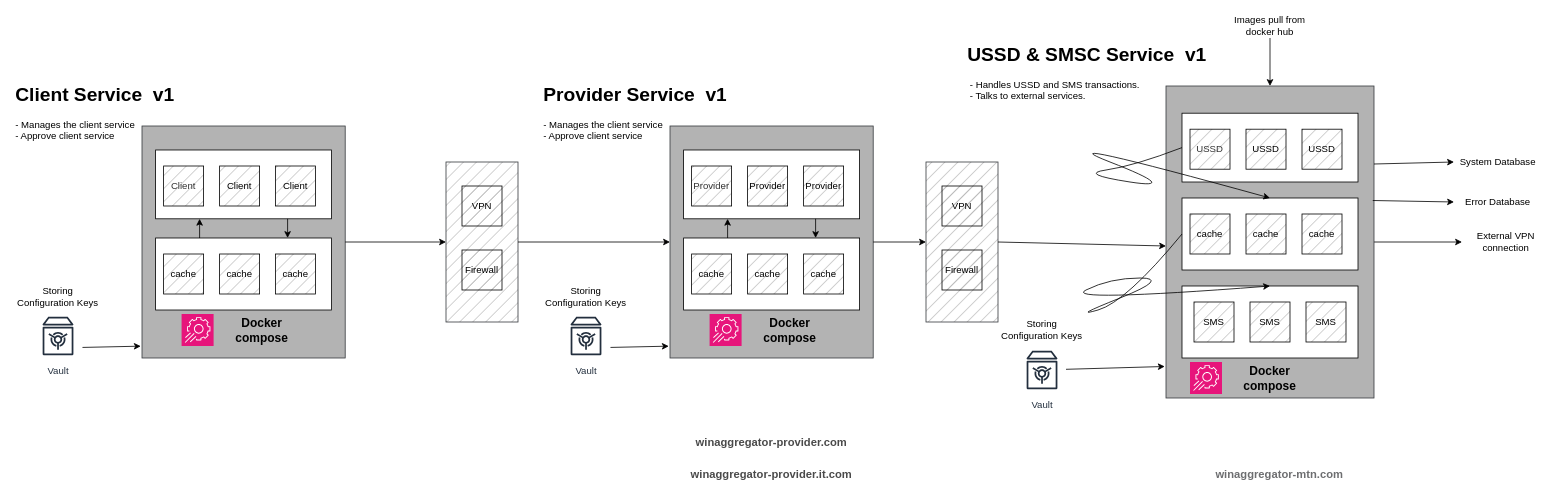
Above: VAS.drawio in brilliantnarlo/system-design (draw.io), before the change. Source tidied: cells renumbered, new cells numbered last; positions are measured from the earlier drawing's top-left corner, leaving out a move shared by most shapes. Both pictures are drawn from the tidied source at 80%, with x=0, y=0 at pixel (14, 14).
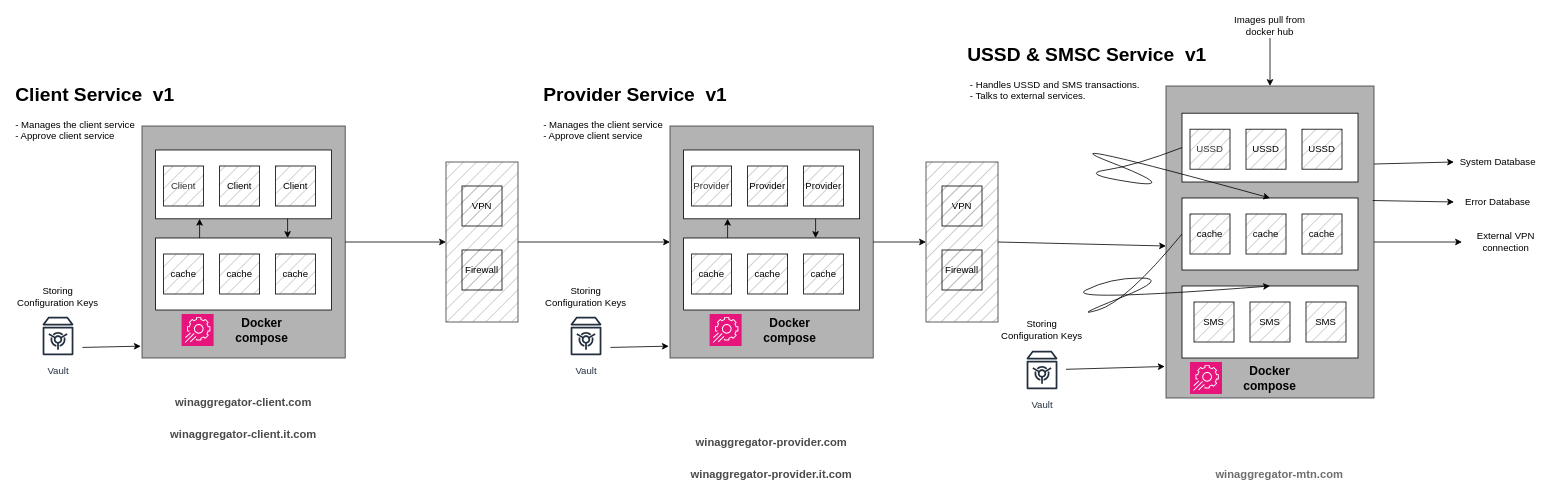
The same diagram, later.

The edit, as a diff of the source:
```diff
@@
+    <mxCell id="78" value="&lt;span style=&quot;color: rgb(74, 74, 74); font-family: &amp;quot;GB Museo Sans&amp;quot;, Arial, Helvetica, sans-serif; font-size: 14px; font-weight: 700; text-align: start; text-wrap-mode: nowrap; background-color: rgb(255, 255, 255);&quot;&gt;winaggregator-client.com&lt;/span&gt;" style="text;html=1;whiteSpace=wrap;strokeColor=none;fillColor=none;align=center;verticalAlign=middle;rounded=0;" parent="1" vertex="1">
+      <mxGeometry x="232" y="470" width="110" height="30" as="geometry" />
+    </mxCell>
+    <mxCell id="79" value="&lt;span style=&quot;color: rgb(74, 74, 74); font-family: &amp;quot;GB Museo Sans&amp;quot;, Arial, Helvetica, sans-serif; font-size: 14px; font-weight: 700; text-align: start; text-wrap-mode: nowrap; background-color: rgb(255, 255, 255);&quot;&gt;winaggregator-client.it.com&lt;/span&gt;" style="text;html=1;whiteSpace=wrap;strokeColor=none;fillColor=none;align=center;verticalAlign=middle;rounded=0;" parent="1" vertex="1">
+      <mxGeometry x="232" y="510" width="110" height="30" as="geometry" />
+    </mxCell>
```
